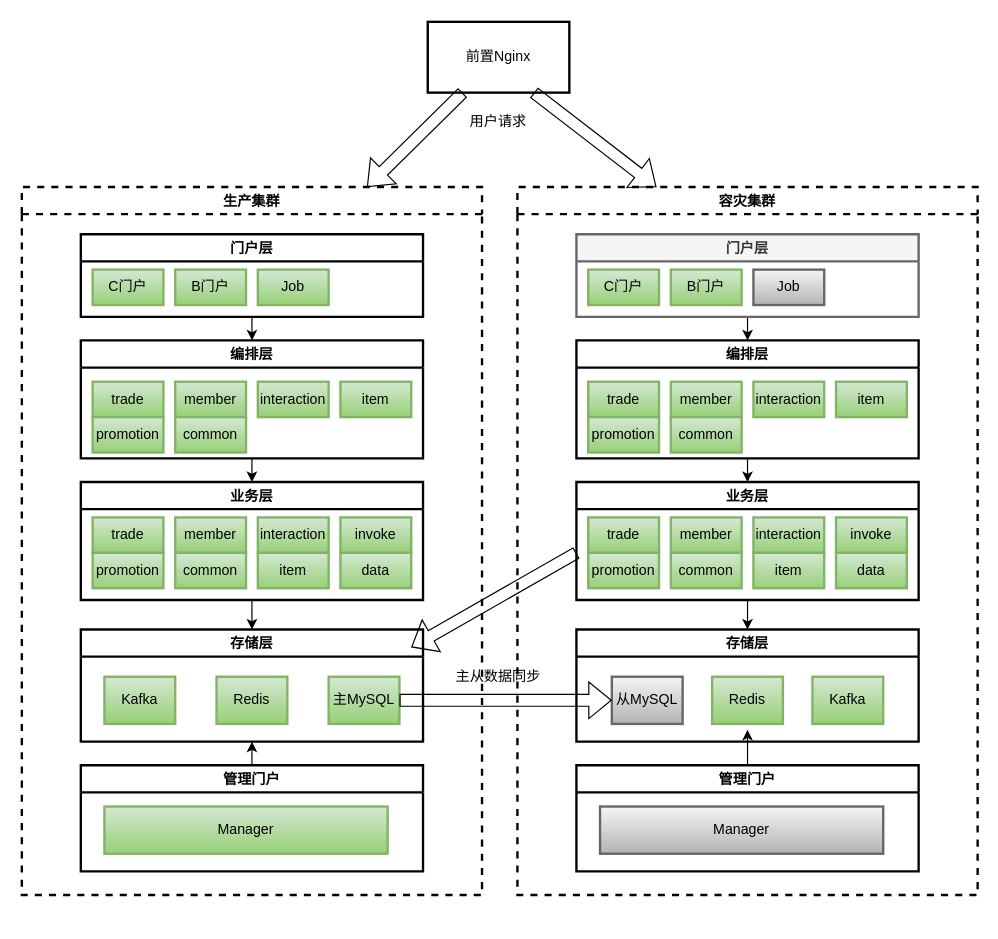
Before: page "主备" (4 of 4) of Untitled Diagram.drawio in cf8080/test, a draw.io diagram. Source tidied: cells renumbered, new cells numbered last; positions are measured from the earlier drawing's top-left corner, leaving out a move shared by most shapes. Both pictures are drawn from the tidied source at 118%, with x=0, y=0 at pixel (21, 21).
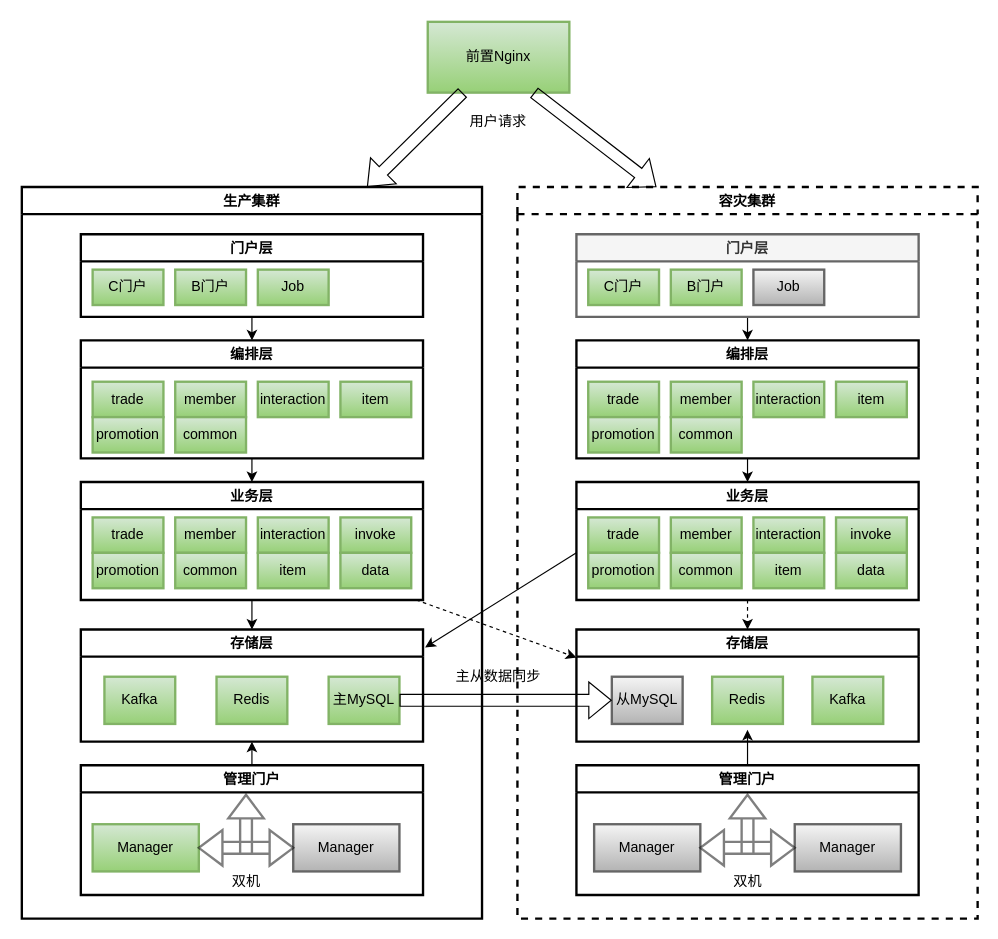
The same page after the edit.

The change refers to these unchanged cells:
```xml
<mxCell id="18" value="业务层" style="swimlane;strokeWidth=2;gradientColor=none;" parent="3" vertex="1">
  <mxGeometry x="50" y="250" width="290" height="100" as="geometry" />
</mxCell>
<mxCell id="27" value="存储层" style="swimlane;strokeWidth=2;gradientColor=none;" parent="3" vertex="1">
  <mxGeometry x="50" y="375" width="290" height="95" as="geometry" />
</mxCell>
<mxCell id="49" value="业务层" style="swimlane;strokeWidth=2;gradientColor=none;" parent="34" vertex="1">
  <mxGeometry x="50" y="250" width="290" height="100" as="geometry" />
</mxCell>
<mxCell id="58" value="存储层" style="swimlane;strokeWidth=2;gradientColor=none;" parent="34" vertex="1">
  <mxGeometry x="50" y="375" width="290" height="95" as="geometry" />
</mxCell>
```

What changed in the source:
```diff
@@
-    <mxCell id="2" value="前置Nginx" style="rounded=0;whiteSpace=wrap;html=1;strokeWidth=2;gradientColor=none;" parent="1" vertex="1">
+    <mxCell id="2" value="前置Nginx" style="rounded=0;whiteSpace=wrap;html=1;strokeWidth=2;gradientColor=#97d077;fillColor=#d5e8d4;strokeColor=#82b366;" parent="1" vertex="1">
       <mxGeometry x="344" width="120" height="60" as="geometry" />
     </mxCell>
-    <mxCell id="3" value="生产集群" style="swimlane;strokeWidth=2;gradientColor=none;startSize=23;dashed=1;" parent="1" vertex="1">
-      <mxGeometry y="140" width="390" height="600" as="geometry" />
+    <mxCell id="3" value="生产集群" style="swimlane;strokeWidth=2;gradientColor=none;startSize=23;" parent="1" vertex="1">
+      <mxGeometry y="140" width="390" height="620" as="geometry" />
     </mxCell>
@@
     <mxCell id="32" value="管理门户" style="swimlane;strokeWidth=2;gradientColor=none;" parent="3" vertex="1">
-      <mxGeometry x="50" y="490" width="290" height="90" as="geometry" />
+      <mxGeometry x="50" y="490" width="290" height="110" as="geometry" />
     </mxCell>
     <mxCell id="33" value="Manager" style="rounded=0;whiteSpace=wrap;html=1;strokeWidth=2;gradientColor=#97d077;fillColor=#d5e8d4;strokeColor=#82b366;" parent="32" vertex="1">
-      <mxGeometry x="20" y="35" width="240" height="40" as="geometry" />
+      <mxGeometry x="10" y="50" width="90" height="40" as="geometry" />
     </mxCell>
+    <mxCell id="71" value="Manager" style="rounded=0;whiteSpace=wrap;html=1;strokeWidth=2;gradientColor=#b3b3b3;fillColor=#f5f5f5;strokeColor=#666666;" parent="32" vertex="1">
+      <mxGeometry x="180" y="50" width="90" height="40" as="geometry" />
+    </mxCell>
+    <mxCell id="72" value="双机" style="html=1;shadow=0;align=center;verticalAlign=top;shape=mxgraph.arrows2.triadArrow;dy=20;dx=20;arrowHead=30;strokeWidth=2;gradientColor=none;opacity=50;labelPosition=center;verticalLabelPosition=bottom;" parent="32" vertex="1">
+      <mxGeometry x="100" y="25" width="80" height="60" as="geometry" />
+    </mxCell>
     <mxCell id="34" value="容灾集群" style="swimlane;strokeWidth=2;gradientColor=none;dashed=1;" parent="1" vertex="1">
-      <mxGeometry x="420" y="140" width="390" height="600" as="geometry" />
+      <mxGeometry x="420" y="140" width="390" height="620" as="geometry" />
     </mxCell>
@@
-    <mxCell id="48" style="edgeStyle=none;rounded=0;jettySize=auto;html=1;entryX=0.5;entryY=0;entryDx=0;entryDy=0;" parent="34" edge="1" source="49" target="58">
+    <mxCell id="48" style="edgeStyle=none;rounded=0;jettySize=auto;html=1;entryX=0.5;entryY=0;entryDx=0;entryDy=0;dashed=1;" parent="34" edge="1" source="49" target="58">
       <mxGeometry relative="1" as="geometry" />
     </mxCell>
@@
     <mxCell id="62" value="管理门户" style="swimlane;strokeWidth=2;gradientColor=none;" parent="34" vertex="1">
-      <mxGeometry x="50" y="490" width="290" height="90" as="geometry" />
+      <mxGeometry x="50" y="490" width="290" height="110" as="geometry" />
     </mxCell>
-    <mxCell id="63" value="Manager" style="rounded=0;whiteSpace=wrap;html=1;strokeWidth=2;gradientColor=#b3b3b3;fillColor=#f5f5f5;strokeColor=#666666;" parent="62" vertex="1">
-      <mxGeometry x="20" y="35" width="240" height="40" as="geometry" />
-    </mxCell>
+    <mxCell id="73" value="Manager" style="rounded=0;whiteSpace=wrap;html=1;strokeWidth=2;gradientColor=#b3b3b3;fillColor=#f5f5f5;strokeColor=#666666;" parent="62" vertex="1">
+      <mxGeometry x="15" y="50" width="90" height="40" as="geometry" />
+    </mxCell>
+    <mxCell id="74" value="Manager" style="rounded=0;whiteSpace=wrap;html=1;strokeWidth=2;gradientColor=#b3b3b3;fillColor=#f5f5f5;strokeColor=#666666;" parent="62" vertex="1">
+      <mxGeometry x="185" y="50" width="90" height="40" as="geometry" />
+    </mxCell>
+    <mxCell id="75" value="双机" style="html=1;shadow=0;align=center;verticalAlign=top;shape=mxgraph.arrows2.triadArrow;dy=20;dx=20;arrowHead=30;strokeWidth=2;gradientColor=none;opacity=50;labelPosition=center;verticalLabelPosition=bottom;" parent="62" vertex="1">
+      <mxGeometry x="105" y="25" width="80" height="60" as="geometry" />
+    </mxCell>
@@
-    <mxCell id="65" style="shape=flexArrow;endArrow=classic;html=1;rounded=0;" parent="1" edge="1">
+    <mxCell id="65" style="endArrow=classic;html=1;rounded=0;entryX=1.006;entryY=0.16;entryDx=0;entryDy=0;entryPerimeter=0;" parent="1" edge="1" target="27">
       <mxGeometry relative="1" as="geometry">
         <mxPoint x="470" y="450" as="sourcePoint" />
-        <mxPoint x="330" y="530" as="targetPoint" />
       </mxGeometry>
     </mxCell>
@@
+    <mxCell id="76" style="edgeStyle=none;rounded=0;jettySize=auto;html=1;entryX=0;entryY=0.25;entryDx=0;entryDy=0;dashed=1;" parent="1" edge="1" source="18" target="58">
+      <mxGeometry relative="1" as="geometry" />
+    </mxCell>
```
